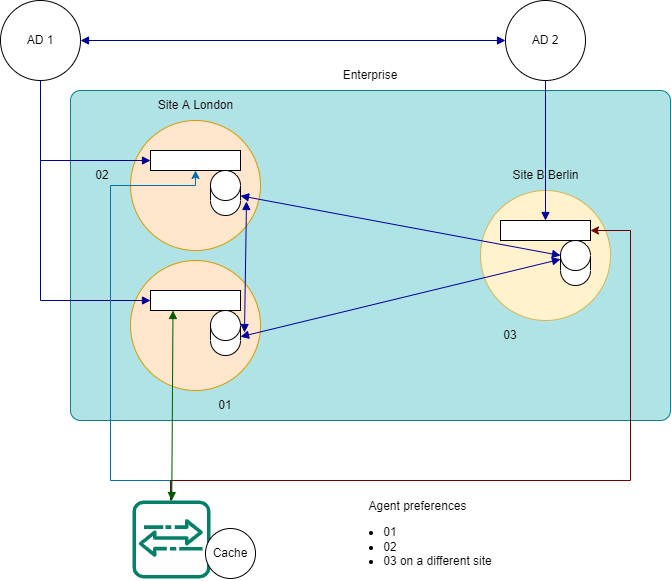
Before: images/Imprivata.drawio.png, a diagram exported from draw.io (Radriverron/radriverron.github.io). Source tidied: cells renumbered, new cells last; positions are measured from the earlier drawing's top-left corner, leaving out a move shared by most shapes.
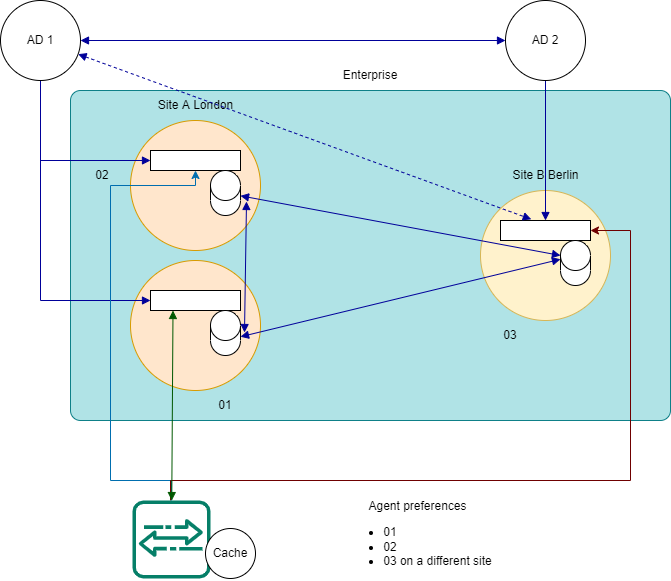
After the commit.

The edit, as a diff of the source:
```diff
@@ -104,6 +104,11 @@
     <mxCell id="29" style="edgeStyle=orthogonalEdgeStyle;rounded=0;jettySize=auto;html=1;entryX=0;entryY=0.5;entryDx=0;entryDy=0;strokeColor=#000099;endArrow=block;endFill=1;startArrow=block;startFill=1;" parent="1" edge="1" source="30" target="31">
       <mxGeometry relative="1" as="geometry" />
     </mxCell>
+    <mxCell id="33" style="edgeStyle=none;rounded=0;jettySize=auto;html=1;startArrow=block;startFill=1;endArrow=block;endFill=1;strokeColor=#000099;dashed=1;" parent="1" edge="1" source="30">
+      <mxGeometry relative="1" as="geometry">
+        <mxPoint x="530.8" y="218.8" as="targetPoint" />
+      </mxGeometry>
+    </mxCell>
     <mxCell id="30" value="AD 1" style="ellipse;whiteSpace=wrap;html=1;" parent="1" vertex="1">
       <mxGeometry width="80" height="80" as="geometry" />
     </mxCell>
```
